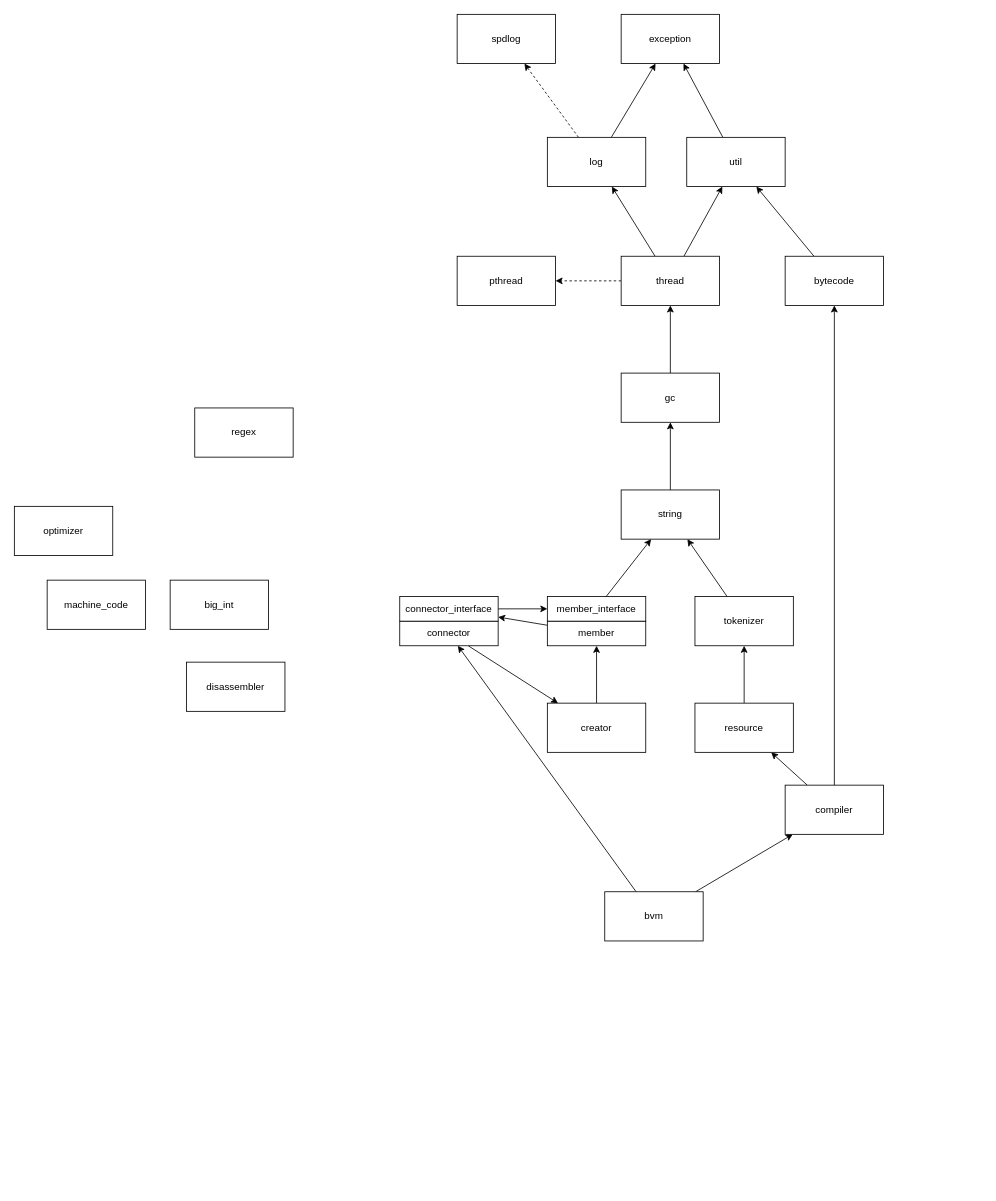
Before: page "Dependencies" (3 of 4) of Components.drawio in bialang/bia, a draw.io diagram. Source tidied: cells renumbered, new cells numbered last; positions are measured from the earlier drawing's top-left corner, leaving out a move shared by most shapes. Both pictures are drawn from the tidied source at 82%, with x=0, y=0 at pixel (14, 14).
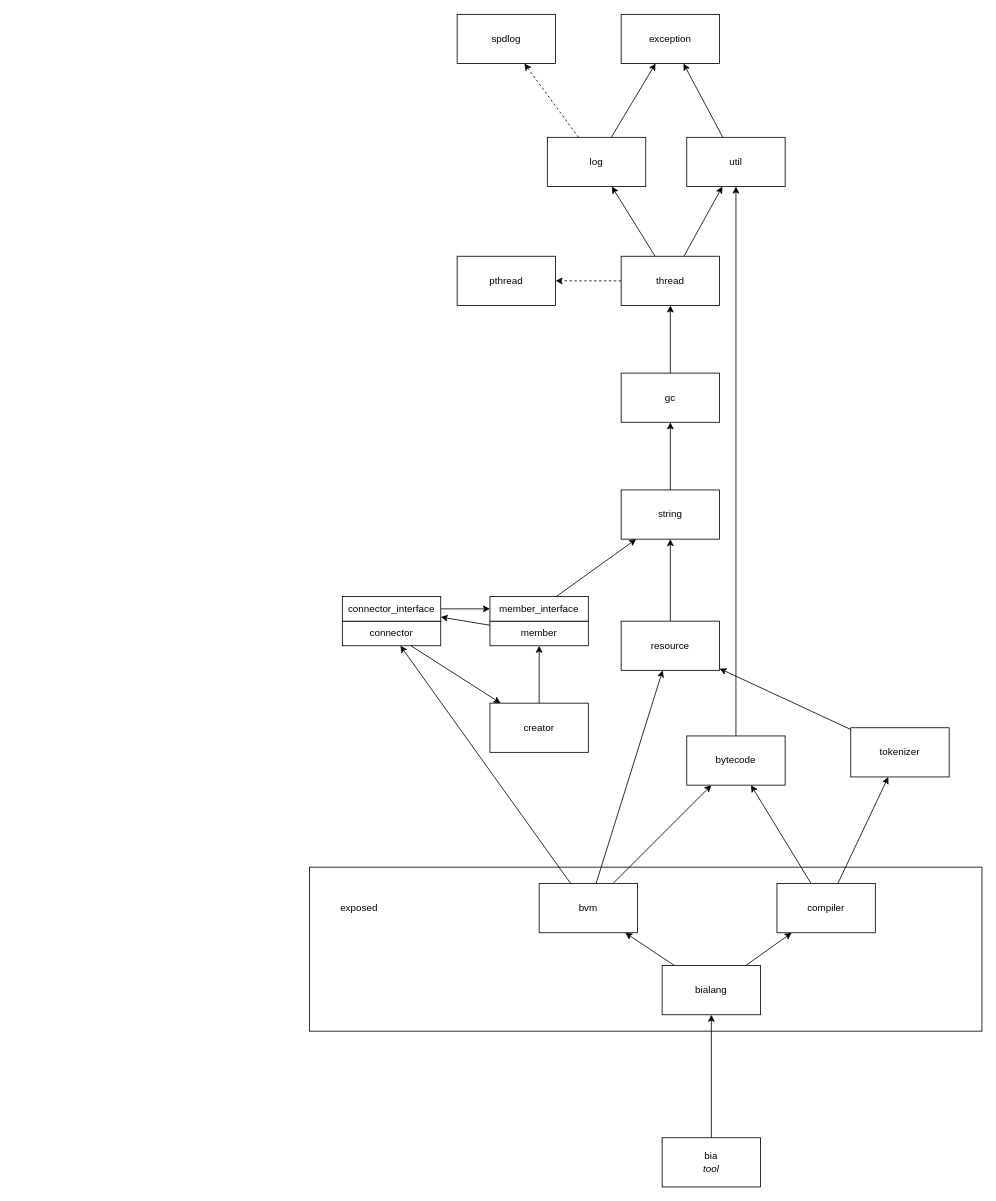
The same diagram, later.

What changed in the source:
```diff
@@
+    <mxCell id="46" style="rounded=0;whiteSpace=wrap;html=1;fillColor=#ffffff;" parent="1" vertex="1">
+      <mxGeometry x="360" y="1040" width="820" height="200" as="geometry" />
+    </mxCell>
@@
-    <mxCell id="11" value="regex" style="rounded=0;whiteSpace=wrap;html=1;" parent="1" vertex="1">
-      <mxGeometry x="220" y="480" width="120" height="60" as="geometry" />
-    </mxCell>
-    <mxCell id="12" value="big_int" style="rounded=0;whiteSpace=wrap;html=1;" parent="1" vertex="1">
-      <mxGeometry x="190" y="690" width="120" height="60" as="geometry" />
-    </mxCell>
@@
-    <mxCell id="15" style="edgeStyle=none;rounded=0;jettySize=auto;html=1;" parent="1" edge="1" source="17" target="22">
-      <mxGeometry relative="1" as="geometry" />
-    </mxCell>
@@
+    <mxCell id="47" style="rounded=0;jettySize=auto;html=1;" parent="1" edge="1" source="17" target="26">
+      <mxGeometry relative="1" as="geometry" />
+    </mxCell>
+    <mxCell id="48" style="edgeStyle=none;rounded=0;jettySize=auto;html=1;" parent="1" edge="1" source="17" target="19">
+      <mxGeometry relative="1" as="geometry" />
+    </mxCell>
     <mxCell id="17" value="bvm" style="rounded=0;whiteSpace=wrap;html=1;" parent="1" vertex="1">
-      <mxGeometry x="720" y="1070" width="120" height="60" as="geometry" />
+      <mxGeometry x="640" y="1060" width="120" height="60" as="geometry" />
     </mxCell>
@@
-    <mxCell id="19" value="tokenizer" style="rounded=0;whiteSpace=wrap;html=1;" parent="1" vertex="1">
-      <mxGeometry x="830" y="710" width="120" height="60" as="geometry" />
+    <mxCell id="19" value="resource" style="rounded=0;whiteSpace=wrap;html=1;" parent="1" vertex="1">
+      <mxGeometry x="740" y="740" width="120" height="60" as="geometry" />
     </mxCell>
@@
     <mxCell id="22" value="compiler" style="rounded=0;whiteSpace=wrap;html=1;" parent="1" vertex="1">
-      <mxGeometry x="940" y="940" width="120" height="60" as="geometry" />
+      <mxGeometry x="930" y="1060" width="120" height="60" as="geometry" />
     </mxCell>
-    <mxCell id="23" value="optimizer" style="rounded=0;whiteSpace=wrap;html=1;" parent="1" vertex="1">
-      <mxGeometry y="600" width="120" height="60" as="geometry" />
-    </mxCell>
-    <mxCell id="24" value="machine_code" style="rounded=0;whiteSpace=wrap;html=1;" parent="1" vertex="1">
-      <mxGeometry x="40" y="690" width="120" height="60" as="geometry" />
-    </mxCell>
@@
     <mxCell id="26" value="bytecode" style="rounded=0;whiteSpace=wrap;html=1;" parent="1" vertex="1">
-      <mxGeometry x="940" y="295" width="120" height="60" as="geometry" />
+      <mxGeometry x="820" y="880" width="120" height="60" as="geometry" />
     </mxCell>
-    <mxCell id="27" value="disassembler" style="rounded=0;whiteSpace=wrap;html=1;" parent="1" vertex="1">
-      <mxGeometry x="210" y="790" width="120" height="60" as="geometry" />
-    </mxCell>
@@
     <mxCell id="29" value="connector" style="rounded=0;whiteSpace=wrap;html=1;" parent="1" vertex="1">
-      <mxGeometry x="470" y="740" width="120" height="30" as="geometry" />
+      <mxGeometry x="400" y="740" width="120" height="30" as="geometry" />
     </mxCell>
     <mxCell id="30" style="group;" parent="1" vertex="1">
-      <mxGeometry x="650" y="710" width="120" height="60" as="geometry" />
+      <mxGeometry x="580" y="710" width="120" height="60" as="geometry" />
     </mxCell>
@@
     <mxCell id="35" value="creator" style="rounded=0;whiteSpace=wrap;html=1;" parent="1" vertex="1">
-      <mxGeometry x="650" y="840" width="120" height="60" as="geometry" />
+      <mxGeometry x="580" y="840" width="120" height="60" as="geometry" />
     </mxCell>
@@
     <mxCell id="37" value="connector_interface" style="rounded=0;whiteSpace=wrap;html=1;" parent="1" vertex="1">
-      <mxGeometry x="470" y="710" width="120" height="30" as="geometry" />
+      <mxGeometry x="400" y="710" width="120" height="30" as="geometry" />
     </mxCell>
@@
-    <mxCell id="45" value="resource" style="rounded=0;whiteSpace=wrap;html=1;" parent="1" vertex="1">
-      <mxGeometry x="830" y="840" width="120" height="60" as="geometry" />
+    <mxCell id="45" value="tokenizer" style="rounded=0;whiteSpace=wrap;html=1;" parent="1" vertex="1">
+      <mxGeometry x="1020" y="870" width="120" height="60" as="geometry" />
     </mxCell>
+    <mxCell id="49" value="exposed" style="text;html=1;align=center;verticalAlign=middle;" parent="1" vertex="1">
+      <mxGeometry x="390" y="1080" width="60" height="20" as="geometry" />
+    </mxCell>
+    <mxCell id="50" style="edgeStyle=none;rounded=0;jettySize=auto;html=1;" parent="1" edge="1" source="51" target="54">
+      <mxGeometry relative="1" as="geometry" />
+    </mxCell>
+    <mxCell id="51" value="bia&lt;br&gt;&lt;i&gt;tool&lt;/i&gt;" style="rounded=0;whiteSpace=wrap;html=1;fillColor=#ffffff;" parent="1" vertex="1">
+      <mxGeometry x="790" y="1370" width="120" height="60" as="geometry" />
+    </mxCell>
+    <mxCell id="52" style="edgeStyle=none;rounded=0;jettySize=auto;html=1;" parent="1" edge="1" source="54" target="22">
+      <mxGeometry relative="1" as="geometry" />
+    </mxCell>
+    <mxCell id="53" style="edgeStyle=none;rounded=0;jettySize=auto;html=1;" parent="1" edge="1" source="54" target="17">
+      <mxGeometry relative="1" as="geometry" />
+    </mxCell>
+    <mxCell id="54" value="bialang" style="rounded=0;whiteSpace=wrap;html=1;" parent="1" vertex="1">
+      <mxGeometry x="790" y="1160" width="120" height="60" as="geometry" />
+    </mxCell>
```
